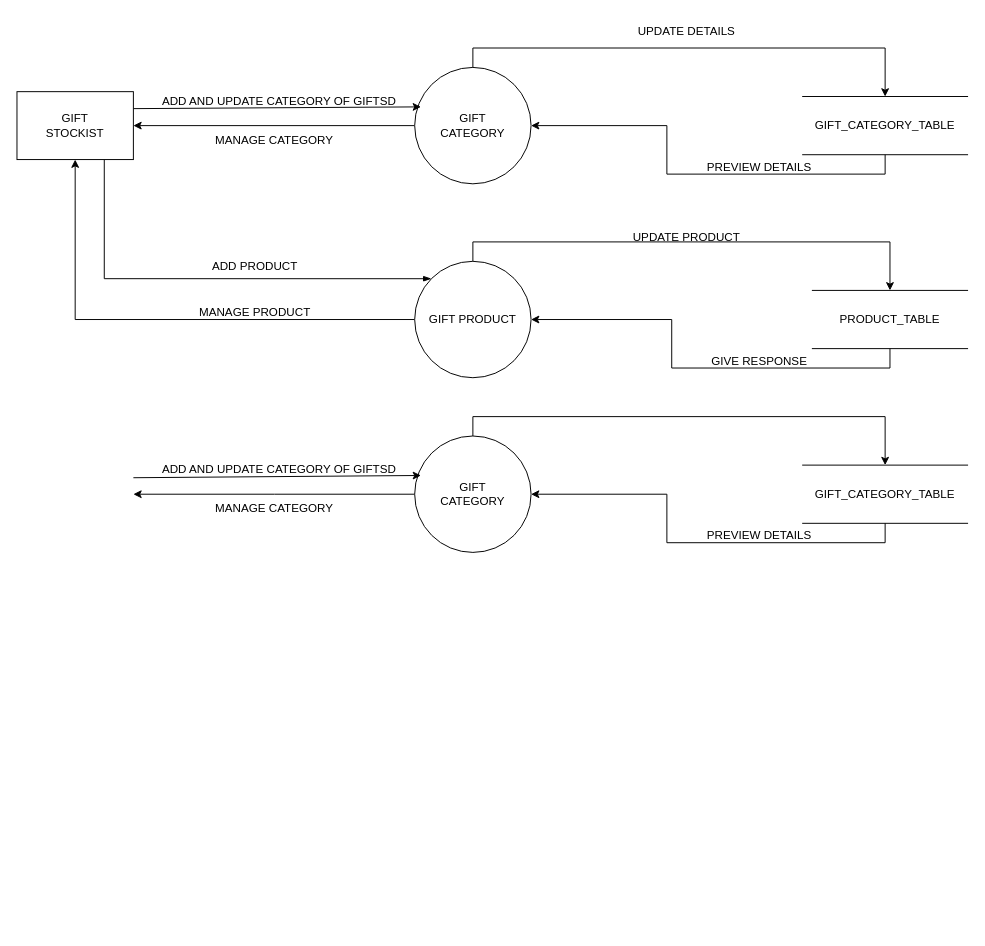
panchalbhavya2210/gift_documentation keeps this draw.io diagram as page "DFD-1" (9 of 9) of Usecase userside.drawio. Above is the earlier version. Source tidied: cells renumbered, new cells numbered last; positions are measured from the earlier drawing's top-left corner, leaving out a move shared by most shapes. Both pictures are drawn from the tidied source at 97%, with x=0, y=0 at pixel (16, 16).
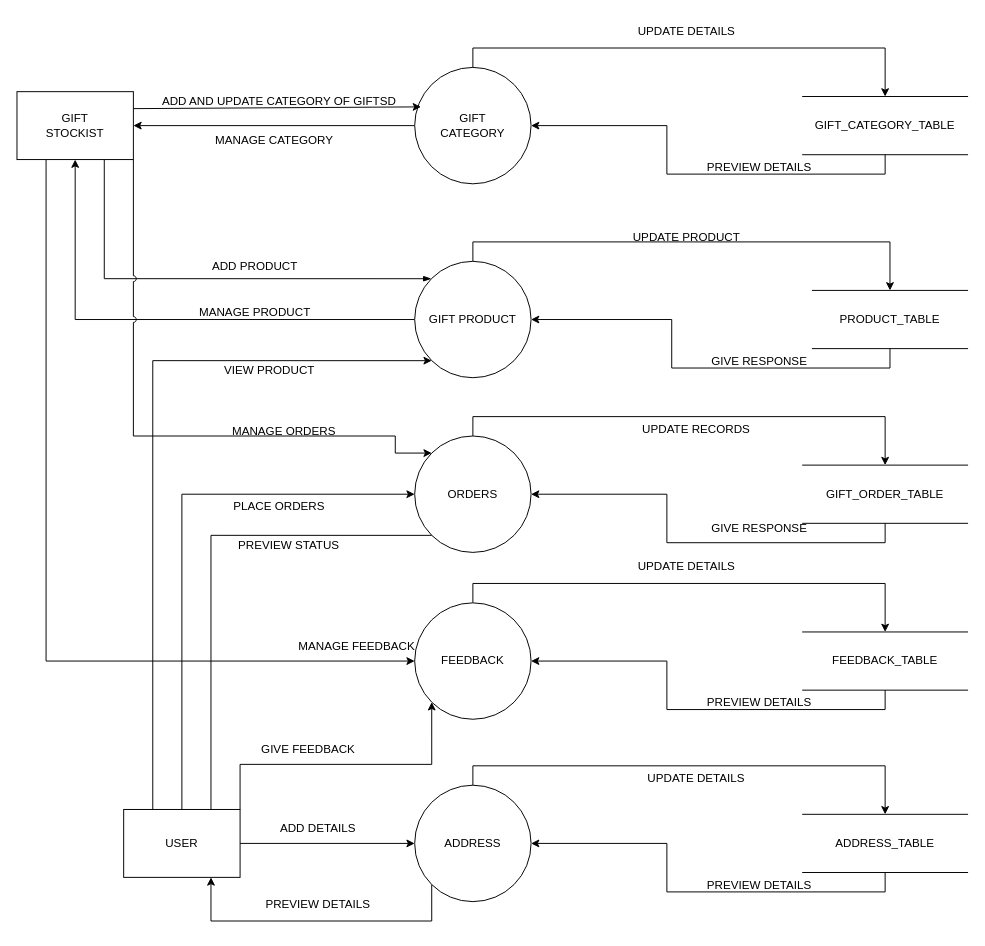
The same page after the edit.

Unchanged cells that the change refers to:
```xml
<mxCell id="10" value="GIFT&lt;br&gt;STOCKIST" style="rounded=0;whiteSpace=wrap;html=1;" parent="1" vertex="1">
  <mxGeometry y="77" width="120" height="70" as="geometry" />
</mxCell>
<mxCell id="12" value="GIFT PRODUCT" style="ellipse;whiteSpace=wrap;html=1;" parent="1" vertex="1">
  <mxGeometry x="410" y="251.9" width="120" height="120" as="geometry" />
</mxCell>
```

The edit, as a diff of the source:
```diff
@@
+    <mxCell id="32" style="edgeStyle=orthogonalEdgeStyle;rounded=0;jettySize=auto;html=1;exitX=1;exitY=1;exitDx=0;exitDy=0;entryX=0;entryY=0;entryDx=0;entryDy=0;jumpStyle=arc;" parent="1" edge="1" source="10" target="25">
+      <mxGeometry relative="1" as="geometry">
+        <Array as="points">
+          <mxPoint x="120" y="432" />
+          <mxPoint x="390" y="432" />
+          <mxPoint x="390" y="450" />
+        </Array>
+      </mxGeometry>
+    </mxCell>
+    <mxCell id="33" style="edgeStyle=orthogonalEdgeStyle;rounded=0;jettySize=auto;html=1;exitX=0.25;exitY=1;exitDx=0;exitDy=0;entryX=0;entryY=0.5;entryDx=0;entryDy=0;" parent="1" edge="1" source="10" target="38">
+      <mxGeometry relative="1" as="geometry" />
+    </mxCell>
@@
-    <mxCell id="24" style="edgeStyle=orthogonalEdgeStyle;rounded=0;jettySize=auto;html=1;exitX=0;exitY=0.5;exitDx=0;exitDy=0;entryX=1;entryY=0.5;entryDx=0;entryDy=0;" parent="1" edge="1" source="25">
-      <mxGeometry relative="1" as="geometry">
-        <mxPoint x="120" y="492" as="targetPoint" />
-      </mxGeometry>
-    </mxCell>
-    <mxCell id="25" value="GIFT&lt;br&gt;CATEGORY" style="ellipse;whiteSpace=wrap;html=1;" parent="1" vertex="1">
+    <mxCell id="25" value="ORDERS" style="ellipse;whiteSpace=wrap;html=1;" parent="1" vertex="1">
       <mxGeometry x="410" y="432" width="120" height="120" as="geometry" />
     </mxCell>
@@
-    <mxCell id="27" value="GIFT_CATEGORY_TABLE" style="shape=partialRectangle;whiteSpace=wrap;html=1;left=0;right=0;fillColor=none;" parent="1" vertex="1">
+    <mxCell id="27" value="GIFT_ORDER_TABLE" style="shape=partialRectangle;whiteSpace=wrap;html=1;left=0;right=0;fillColor=none;" parent="1" vertex="1">
       <mxGeometry x="810" y="462" width="170" height="60" as="geometry" />
     </mxCell>
-    <mxCell id="28" style="rounded=0;jettySize=auto;html=1;exitX=1;exitY=0.25;exitDx=0;exitDy=0;entryX=0.054;entryY=0.339;entryDx=0;entryDy=0;entryPerimeter=0;" parent="1" edge="1" target="25">
-      <mxGeometry relative="1" as="geometry">
-        <mxPoint x="120" y="475" as="sourcePoint" />
-      </mxGeometry>
-    </mxCell>
-    <mxCell id="29" value="ADD AND UPDATE CATEGORY OF GIFTSD" style="text;html=1;align=center;verticalAlign=middle;strokeColor=none;fillColor=none;" parent="1" vertex="1">
-      <mxGeometry x="140" y="452" width="260" height="30" as="geometry" />
-    </mxCell>
-    <mxCell id="30" value="MANAGE CATEGORY" style="text;html=1;align=center;verticalAlign=middle;strokeColor=none;fillColor=none;" parent="1" vertex="1">
-      <mxGeometry x="190" y="492" width="150" height="30" as="geometry" />
-    </mxCell>
-    <mxCell id="31" value="PREVIEW DETAILS" style="text;html=1;align=center;verticalAlign=middle;strokeColor=none;fillColor=none;" parent="1" vertex="1">
-      <mxGeometry x="700" y="520" width="130" height="30" as="geometry" />
-    </mxCell>
+    <mxCell id="34" value="GIVE RESPONSE" style="text;html=1;align=center;verticalAlign=middle;strokeColor=none;fillColor=none;" parent="1" vertex="1">
+      <mxGeometry x="705" y="512" width="120" height="30" as="geometry" />
+    </mxCell>
+    <mxCell id="35" value="MANAGE ORDERS" style="text;html=1;align=center;verticalAlign=middle;strokeColor=none;fillColor=none;" parent="1" vertex="1">
+      <mxGeometry x="210" y="412" width="130" height="30" as="geometry" />
+    </mxCell>
+    <mxCell id="36" value="UPDATE RECORDS" style="text;html=1;align=center;verticalAlign=middle;strokeColor=none;fillColor=none;" parent="1" vertex="1">
+      <mxGeometry x="635" y="410" width="130" height="30" as="geometry" />
+    </mxCell>
+    <mxCell id="37" style="edgeStyle=orthogonalEdgeStyle;rounded=0;jettySize=auto;html=1;exitX=0.5;exitY=0;exitDx=0;exitDy=0;entryX=0.5;entryY=0;entryDx=0;entryDy=0;" parent="1" edge="1" source="38" target="40">
+      <mxGeometry relative="1" as="geometry" />
+    </mxCell>
+    <mxCell id="38" value="FEEDBACK" style="ellipse;whiteSpace=wrap;html=1;" parent="1" vertex="1">
+      <mxGeometry x="410" y="604" width="120" height="120" as="geometry" />
+    </mxCell>
+    <mxCell id="39" style="edgeStyle=orthogonalEdgeStyle;rounded=0;jettySize=auto;html=1;exitX=0.5;exitY=1;exitDx=0;exitDy=0;entryX=1;entryY=0.5;entryDx=0;entryDy=0;" parent="1" edge="1" source="40" target="38">
+      <mxGeometry relative="1" as="geometry" />
+    </mxCell>
+    <mxCell id="40" value="FEEDBACK_TABLE" style="shape=partialRectangle;whiteSpace=wrap;html=1;left=0;right=0;fillColor=none;" parent="1" vertex="1">
+      <mxGeometry x="810" y="634" width="170" height="60" as="geometry" />
+    </mxCell>
+    <mxCell id="41" value="UPDATE DETAILS" style="text;html=1;align=center;verticalAlign=middle;strokeColor=none;fillColor=none;" parent="1" vertex="1">
+      <mxGeometry x="630" y="552" width="120" height="30" as="geometry" />
+    </mxCell>
+    <mxCell id="42" value="PREVIEW DETAILS" style="text;html=1;align=center;verticalAlign=middle;strokeColor=none;fillColor=none;" parent="1" vertex="1">
+      <mxGeometry x="700" y="692" width="130" height="30" as="geometry" />
+    </mxCell>
+    <mxCell id="43" value="MANAGE FEEDBACK" style="text;html=1;align=center;verticalAlign=middle;strokeColor=none;fillColor=none;" parent="1" vertex="1">
+      <mxGeometry x="280" y="634" width="140" height="30" as="geometry" />
+    </mxCell>
+    <mxCell id="44" style="edgeStyle=orthogonalEdgeStyle;rounded=0;jettySize=auto;html=1;exitX=0.5;exitY=0;exitDx=0;exitDy=0;entryX=0.5;entryY=0;entryDx=0;entryDy=0;" parent="1" edge="1" source="46" target="48">
+      <mxGeometry relative="1" as="geometry" />
+    </mxCell>
+    <mxCell id="45" style="edgeStyle=orthogonalEdgeStyle;rounded=0;jettySize=auto;html=1;exitX=0;exitY=1;exitDx=0;exitDy=0;entryX=0.75;entryY=1;entryDx=0;entryDy=0;" parent="1" edge="1" source="46" target="56">
+      <mxGeometry relative="1" as="geometry">
+        <Array as="points">
+          <mxPoint x="428" y="932" />
+          <mxPoint x="200" y="932" />
+        </Array>
+      </mxGeometry>
+    </mxCell>
+    <mxCell id="46" value="ADDRESS" style="ellipse;whiteSpace=wrap;html=1;" parent="1" vertex="1">
+      <mxGeometry x="410" y="792" width="120" height="120" as="geometry" />
+    </mxCell>
+    <mxCell id="47" style="edgeStyle=orthogonalEdgeStyle;rounded=0;jettySize=auto;html=1;exitX=0.5;exitY=1;exitDx=0;exitDy=0;entryX=1;entryY=0.5;entryDx=0;entryDy=0;" parent="1" edge="1" source="48" target="46">
+      <mxGeometry relative="1" as="geometry" />
+    </mxCell>
+    <mxCell id="48" value="ADDRESS_TABLE" style="shape=partialRectangle;whiteSpace=wrap;html=1;left=0;right=0;fillColor=none;" parent="1" vertex="1">
+      <mxGeometry x="810" y="822" width="170" height="60" as="geometry" />
+    </mxCell>
+    <mxCell id="49" value="PREVIEW DETAILS" style="text;html=1;align=center;verticalAlign=middle;strokeColor=none;fillColor=none;" parent="1" vertex="1">
+      <mxGeometry x="700" y="880" width="130" height="30" as="geometry" />
+    </mxCell>
+    <mxCell id="50" value="UPDATE DETAILS" style="text;html=1;align=center;verticalAlign=middle;strokeColor=none;fillColor=none;" parent="1" vertex="1">
+      <mxGeometry x="640" y="770" width="120" height="30" as="geometry" />
+    </mxCell>
+    <mxCell id="51" style="edgeStyle=orthogonalEdgeStyle;rounded=0;jettySize=auto;html=1;exitX=1;exitY=0.5;exitDx=0;exitDy=0;entryX=0;entryY=0.5;entryDx=0;entryDy=0;" parent="1" edge="1" source="56" target="46">
+      <mxGeometry relative="1" as="geometry" />
+    </mxCell>
+    <mxCell id="52" style="edgeStyle=orthogonalEdgeStyle;rounded=0;jettySize=auto;html=1;exitX=0.75;exitY=0;exitDx=0;exitDy=0;entryX=0;entryY=1;entryDx=0;entryDy=0;endArrow=none;endFill=0;" parent="1" edge="1" source="56" target="25">
+      <mxGeometry relative="1" as="geometry">
+        <Array as="points">
+          <mxPoint x="200" y="534" />
+        </Array>
+      </mxGeometry>
+    </mxCell>
+    <mxCell id="53" style="edgeStyle=orthogonalEdgeStyle;rounded=0;jettySize=auto;html=1;exitX=0.5;exitY=0;exitDx=0;exitDy=0;entryX=0;entryY=0.5;entryDx=0;entryDy=0;" parent="1" edge="1" source="56" target="25">
+      <mxGeometry relative="1" as="geometry" />
+    </mxCell>
+    <mxCell id="54" style="edgeStyle=orthogonalEdgeStyle;rounded=0;jettySize=auto;html=1;exitX=0.25;exitY=0;exitDx=0;exitDy=0;entryX=0;entryY=1;entryDx=0;entryDy=0;" parent="1" edge="1" source="56" target="12">
+      <mxGeometry relative="1" as="geometry">
+        <Array as="points">
+          <mxPoint x="140" y="354" />
+        </Array>
+      </mxGeometry>
+    </mxCell>
+    <mxCell id="55" style="edgeStyle=orthogonalEdgeStyle;rounded=0;jettySize=auto;html=1;exitX=1;exitY=0;exitDx=0;exitDy=0;entryX=0;entryY=1;entryDx=0;entryDy=0;" parent="1" edge="1" source="56" target="38">
+      <mxGeometry relative="1" as="geometry" />
+    </mxCell>
+    <mxCell id="56" value="USER" style="rounded=0;whiteSpace=wrap;html=1;" parent="1" vertex="1">
+      <mxGeometry x="110" y="817" width="120" height="70" as="geometry" />
+    </mxCell>
+    <mxCell id="57" value="ADD DETAILS" style="text;html=1;align=center;verticalAlign=middle;strokeColor=none;fillColor=none;" parent="1" vertex="1">
+      <mxGeometry x="260" y="822" width="100" height="30" as="geometry" />
+    </mxCell>
+    <mxCell id="58" value="PREVIEW DETAILS" style="text;html=1;align=center;verticalAlign=middle;strokeColor=none;fillColor=none;" parent="1" vertex="1">
+      <mxGeometry x="245" y="900" width="130" height="30" as="geometry" />
+    </mxCell>
+    <mxCell id="59" value="PREVIEW STATUS" style="text;html=1;align=center;verticalAlign=middle;strokeColor=none;fillColor=none;" parent="1" vertex="1">
+      <mxGeometry x="215" y="530" width="130" height="30" as="geometry" />
+    </mxCell>
+    <mxCell id="60" value="PLACE ORDERS" style="text;html=1;align=center;verticalAlign=middle;strokeColor=none;fillColor=none;" parent="1" vertex="1">
+      <mxGeometry x="210" y="490" width="120" height="30" as="geometry" />
+    </mxCell>
+    <mxCell id="61" value="VIEW PRODUCT" style="text;html=1;align=center;verticalAlign=middle;strokeColor=none;fillColor=none;" parent="1" vertex="1">
+      <mxGeometry x="200" y="350" width="120" height="30" as="geometry" />
+    </mxCell>
+    <mxCell id="62" value="GIVE FEEDBACK" style="text;html=1;align=center;verticalAlign=middle;strokeColor=none;fillColor=none;" parent="1" vertex="1">
+      <mxGeometry x="240" y="740" width="120" height="30" as="geometry" />
+    </mxCell>
```
